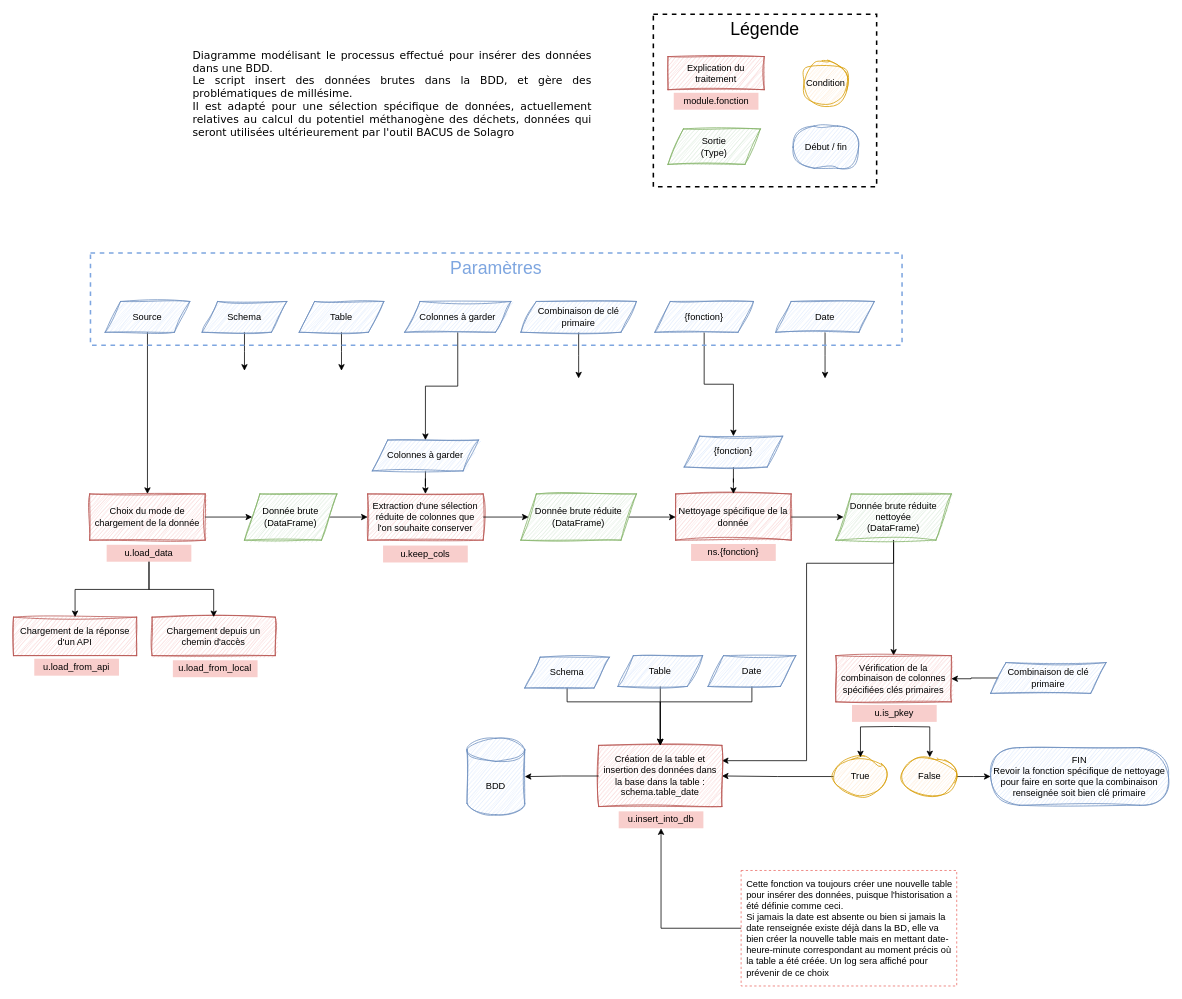
Before: pretraitement_bdd_bacus.drawio in dodviso/solagro_sql_bacus, a draw.io diagram. Source tidied: cells renumbered, new cells numbered last; positions are measured from the earlier drawing's top-left corner, leaving out a move shared by most shapes. Both pictures are drawn from the tidied source at 77%, with x=0, y=0 at pixel (13, 14).
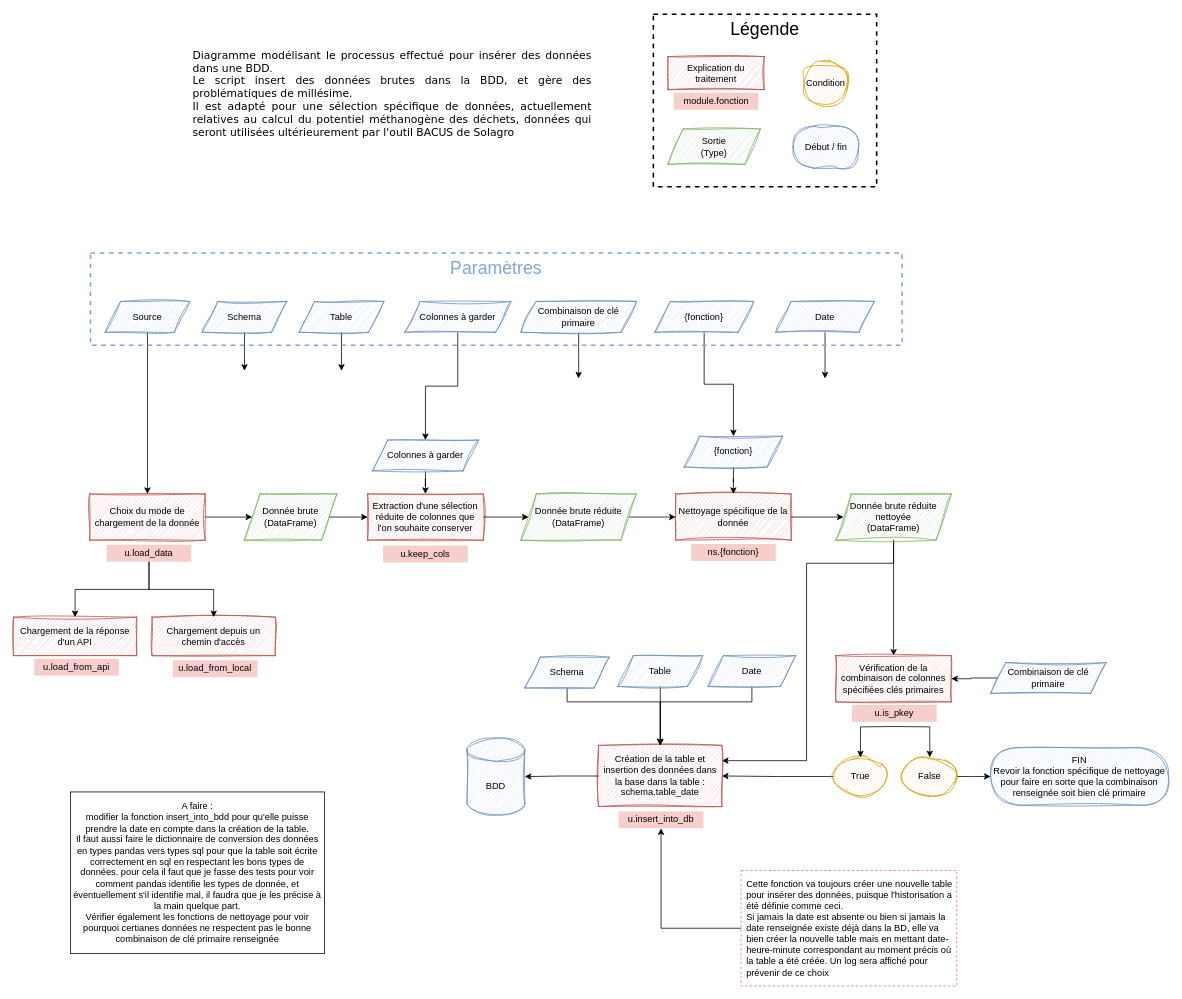
The same page after the edit.

Commit message (it also covers changes not shown here):
Mettre à jour pretraitement_bdd_bacus.drawio

Change to the diagram source:
```diff
@@
+    <mxCell id="82" value="&lt;div&gt;A faire :&lt;/div&gt;&lt;div&gt;modifier la fonction insert_into_bdd pour qu'elle puisse prendre la date en compte dans la création de la table. &lt;br&gt;&lt;/div&gt;&lt;div&gt;Il faut aussi faire le dictionnaire de conversion des données en types pandas vers types sql pour que la table soit écrite correctement en sql en respectant les bons types de données. pour cela il faut que je fasse des tests pour voir comment pandas identifie les types de donnée, et éventuellement s'il identifie mal, il faudra que je les précise à la main quelque part.&lt;/div&gt;&lt;div&gt;Vérifier également les fonctions de nettoyage pour voir pourquoi certianes données ne respectent pas le bonne combinaison de clé primaire renseignée&lt;br&gt;&lt;/div&gt;" style="rounded=0;whiteSpace=wrap;html=1;" parent="1" vertex="1">
+      <mxGeometry x="74" y="1010" width="330" height="210" as="geometry" />
+    </mxCell>
```
